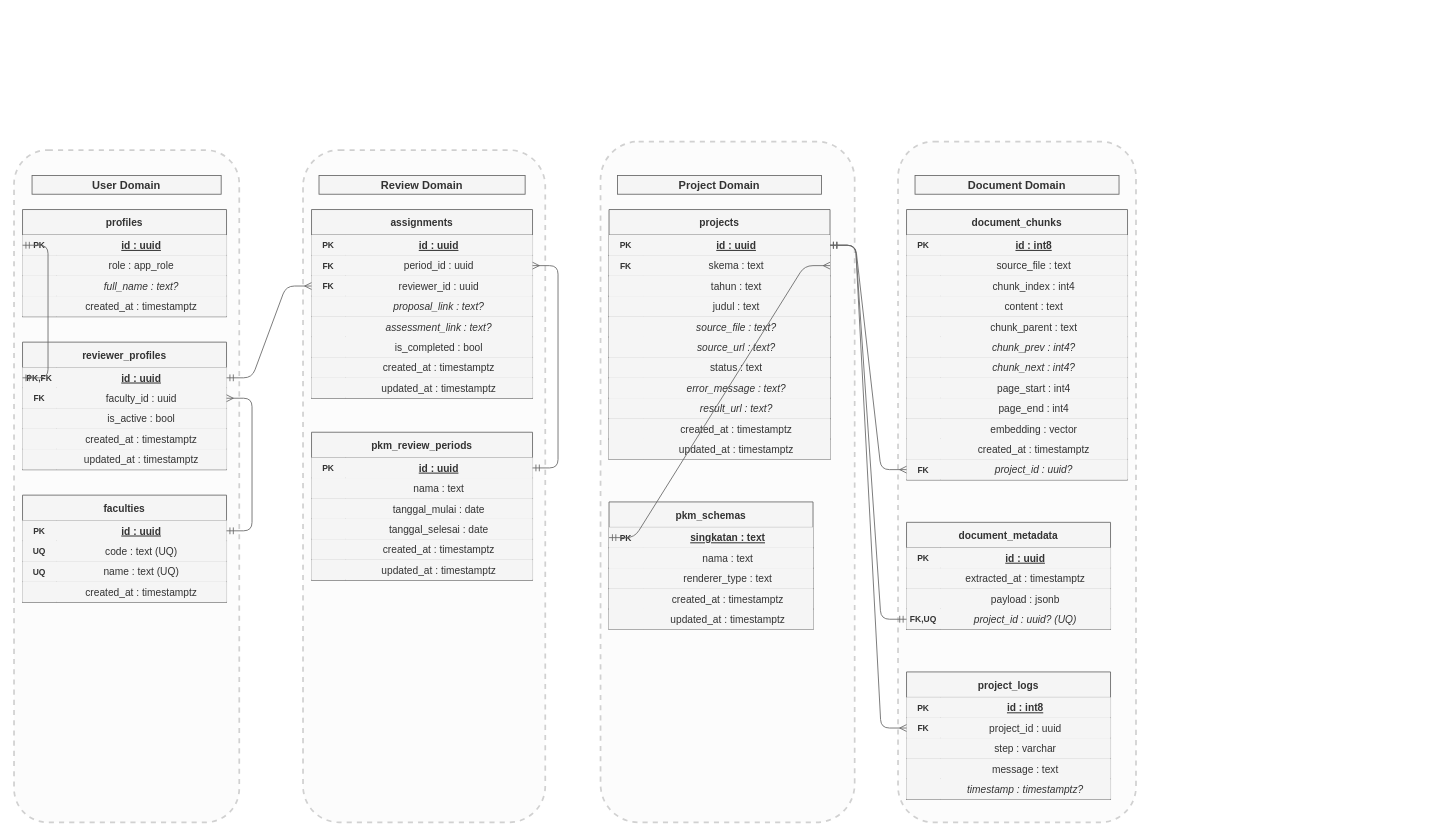
Above: docs/adg_database_schema.drawio in masuden0000/Skripsi_Dummy-Experiments- (draw.io), before the change. Source tidied: cells renumbered, new cells numbered last; positions are measured from the earlier drawing's top-left corner, leaving out a move shared by most shapes. Both pictures are drawn from the tidied source at 85%, with x=0, y=0 at pixel (14, 141).
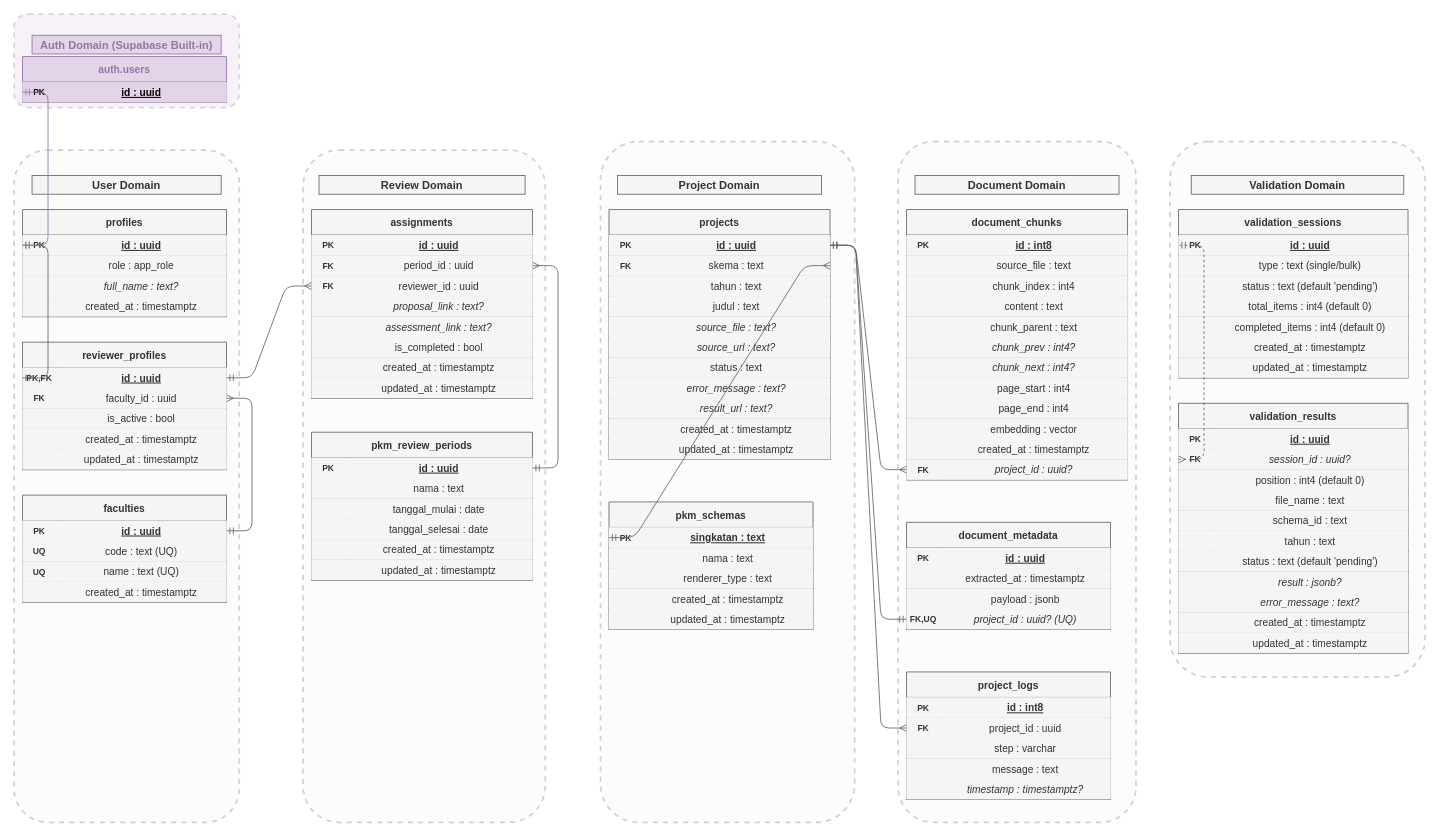
After the change.

Unchanged cells that the change refers to:
```xml
<mxCell id="11" style="shape=tableRow;horizontal=0;startSize=0;swimlaneHead=0;swimlaneBody=0;points=[[0,0.5],[1,0.5]];portConstraint=eastwest;fontSize=12;top=0;left=0;right=0;bottom=1;fillColor=#f5f5f5;strokeColor=#666666;fontColor=#333333;" parent="10" vertex="1">
  <mxGeometry y="30" width="240" height="24" as="geometry" />
</mxCell>
```

What changed in the source:
```diff
@@
+    <mxCell id="220" style="rounded=1;whiteSpace=wrap;html=1;strokeWidth=2;dashed=1;opacity=30;fillColor=#e1d5e7;strokeColor=#9673a6;" parent="1" vertex="1">
+      <mxGeometry y="-150" width="265" height="110" as="geometry" />
+    </mxCell>
+    <mxCell id="221" value="Auth Domain (Supabase Built-in)" style="text;html=0;align=center;verticalAlign=middle;fontStyle=1;fontSize=13;fillColor=#e1d5e7;strokeColor=#9673a6;fontColor=#9673a6;" parent="1" vertex="1">
+      <mxGeometry x="21.2" y="-125" width="222.5" height="22" as="geometry" />
+    </mxCell>
+    <mxCell id="222" value="auth.users" style="shape=table;startSize=30;childLayout=tableLayout;rowLines=0;fontStyle=1;align=center;fillColor=#e1d5e7;strokeColor=#9673a6;fontColor=#9673a6;" parent="1" vertex="1">
+      <mxGeometry x="10" y="-100" width="240" height="54" as="geometry" />
+    </mxCell>
+    <mxCell id="223" style="shape=tableRow;horizontal=0;startSize=0;swimlaneHead=0;swimlaneBody=0;points=[[0,0.5],[1,0.5]];portConstraint=eastwest;fontSize=12;top=0;left=0;right=0;bottom=1;fillColor=#e1d5e7;strokeColor=#9673a6;" parent="222" vertex="1">
+      <mxGeometry y="30" width="240" height="24" as="geometry" />
+    </mxCell>
+    <mxCell id="224" value="PK" style="shape=partialRectangle;top=0;left=0;bottom=0;right=0;fontStyle=1;overflow=hidden;fontSize=10;fillColor=#e1d5e7;strokeColor=#9673a6;" parent="223" vertex="1">
+      <mxGeometry width="40" height="24" as="geometry" />
+    </mxCell>
+    <mxCell id="225" value="id : uuid" style="shape=partialRectangle;top=0;left=0;bottom=0;right=0;overflow=hidden;fontStyle=5;fontSize=12;fillColor=#e1d5e7;strokeColor=#9673a6;" parent="223" vertex="1">
+      <mxGeometry x="40" width="200" height="24" as="geometry" />
+    </mxCell>
+    <mxCell id="226" style="edgeStyle=entityRelationEdgeStyle;endArrow=ERmandOne;startArrow=ERmandOne;exitX=0;exitY=0.5;exitDx=0;exitDy=0;entryX=0;entryY=0.5;entryDx=0;entryDy=0;endFill=0;startFill=0;fontSize=11;fillColor=#e1d5e7;strokeColor=#9673a6;" parent="1" edge="1" source="11" target="223">
+      <mxGeometry relative="1" as="geometry" />
+    </mxCell>
+    <mxCell id="227" style="rounded=1;whiteSpace=wrap;html=1;strokeWidth=2;dashed=1;opacity=30;fillColor=#f5f5f5;strokeColor=#666666;fontColor=#333333;" parent="1" vertex="1">
+      <mxGeometry x="1360" width="300" height="630" as="geometry" />
+    </mxCell>
+    <mxCell id="228" value="Validation Domain" style="text;html=0;align=center;verticalAlign=middle;fontStyle=1;fontSize=13;fillColor=#f5f5f5;strokeColor=#666666;fontColor=#333333;" parent="1" vertex="1">
+      <mxGeometry x="1385" y="40" width="250" height="22" as="geometry" />
+    </mxCell>
+    <mxCell id="229" value="validation_sessions" style="shape=table;startSize=30;childLayout=tableLayout;rowLines=0;fontStyle=1;align=center;fillColor=#f5f5f5;strokeColor=#666666;fontColor=#333333;" parent="1" vertex="1">
+      <mxGeometry x="1370" y="80" width="270" height="198" as="geometry" />
+    </mxCell>
+    <mxCell id="230" style="shape=tableRow;horizontal=0;startSize=0;swimlaneHead=0;swimlaneBody=0;points=[[0,0.5],[1,0.5]];portConstraint=eastwest;fontSize=12;top=0;left=0;right=0;bottom=1;fillColor=#f5f5f5;strokeColor=#666666;fontColor=#333333;" parent="229" vertex="1">
+      <mxGeometry y="30" width="270" height="24" as="geometry" />
+    </mxCell>
+    <mxCell id="231" value="PK" style="shape=partialRectangle;top=0;left=0;bottom=0;right=0;fontStyle=1;overflow=hidden;fontSize=10;fillColor=#f5f5f5;strokeColor=#666666;fontColor=#333333;" parent="230" vertex="1">
+      <mxGeometry width="40" height="24" as="geometry" />
+    </mxCell>
+    <mxCell id="232" value="id : uuid" style="shape=partialRectangle;top=0;left=0;bottom=0;right=0;overflow=hidden;fontStyle=5;fontSize=12;fillColor=#f5f5f5;strokeColor=#666666;fontColor=#333333;" parent="230" vertex="1">
+      <mxGeometry x="40" width="230" height="24" as="geometry" />
+    </mxCell>
+    <mxCell id="233" style="shape=tableRow;horizontal=0;startSize=0;swimlaneHead=0;swimlaneBody=0;fontSize=12;top=0;left=0;right=0;bottom=1;fillColor=#f5f5f5;strokeColor=#666666;fontColor=#333333;" parent="229" vertex="1">
+      <mxGeometry y="54" width="270" height="24" as="geometry" />
+    </mxCell>
+    <mxCell id="234" style="shape=partialRectangle;top=0;left=0;bottom=0;right=0;fontStyle=1;overflow=hidden;fontSize=10;fillColor=#f5f5f5;strokeColor=#666666;fontColor=#333333;" parent="233" vertex="1">
+      <mxGeometry width="40" height="24" as="geometry" />
+    </mxCell>
+    <mxCell id="235" value="type : text (single/bulk)" style="shape=partialRectangle;top=0;left=0;bottom=0;right=0;overflow=hidden;fontStyle=0;fontSize=12;fillColor=#f5f5f5;strokeColor=#666666;fontColor=#333333;" parent="233" vertex="1">
+      <mxGeometry x="40" width="230" height="24" as="geometry" />
+    </mxCell>
+    <mxCell id="236" style="shape=tableRow;horizontal=0;startSize=0;swimlaneHead=0;swimlaneBody=0;fontSize=12;top=0;left=0;right=0;bottom=1;fillColor=#f5f5f5;strokeColor=#666666;fontColor=#333333;" parent="229" vertex="1">
+      <mxGeometry y="78" width="270" height="24" as="geometry" />
+    </mxCell>
+    <mxCell id="237" style="shape=partialRectangle;top=0;left=0;bottom=0;right=0;fontStyle=1;overflow=hidden;fontSize=10;fillColor=#f5f5f5;strokeColor=#666666;fontColor=#333333;" parent="236" vertex="1">
+      <mxGeometry width="40" height="24" as="geometry" />
+    </mxCell>
+    <mxCell id="238" value="status : text (default 'pending')" style="shape=partialRectangle;top=0;left=0;bottom=0;right=0;overflow=hidden;fontStyle=0;fontSize=12;fillColor=#f5f5f5;strokeColor=#666666;fontColor=#333333;" parent="236" vertex="1">
+      <mxGeometry x="40" width="230" height="24" as="geometry" />
+    </mxCell>
+    <mxCell id="239" style="shape=tableRow;horizontal=0;startSize=0;swimlaneHead=0;swimlaneBody=0;fontSize=12;top=0;left=0;right=0;bottom=1;fillColor=#f5f5f5;strokeColor=#666666;fontColor=#333333;" parent="229" vertex="1">
+      <mxGeometry y="102" width="270" height="24" as="geometry" />
+    </mxCell>
+    <mxCell id="240" style="shape=partialRectangle;top=0;left=0;bottom=0;right=0;fontStyle=1;overflow=hidden;fontSize=10;fillColor=#f5f5f5;strokeColor=#666666;fontColor=#333333;" parent="239" vertex="1">
+      <mxGeometry width="40" height="24" as="geometry" />
+    </mxCell>
+    <mxCell id="241" value="total_items : int4 (default 0)" style="shape=partialRectangle;top=0;left=0;bottom=0;right=0;overflow=hidden;fontStyle=0;fontSize=12;fillColor=#f5f5f5;strokeColor=#666666;fontColor=#333333;" parent="239" vertex="1">
+      <mxGeometry x="40" width="230" height="24" as="geometry" />
+    </mxCell>
+    <mxCell id="242" style="shape=tableRow;horizontal=0;startSize=0;swimlaneHead=0;swimlaneBody=0;fontSize=12;top=0;left=0;right=0;bottom=1;fillColor=#f5f5f5;strokeColor=#666666;fontColor=#333333;" parent="229" vertex="1">
+      <mxGeometry y="126" width="270" height="24" as="geometry" />
+    </mxCell>
+    <mxCell id="243" style="shape=partialRectangle;top=0;left=0;bottom=0;right=0;fontStyle=1;overflow=hidden;fontSize=10;fillColor=#f5f5f5;strokeColor=#666666;fontColor=#333333;" parent="242" vertex="1">
+      <mxGeometry width="40" height="24" as="geometry" />
+    </mxCell>
+    <mxCell id="244" value="completed_items : int4 (default 0)" style="shape=partialRectangle;top=0;left=0;bottom=0;right=0;overflow=hidden;fontStyle=0;fontSize=12;fillColor=#f5f5f5;strokeColor=#666666;fontColor=#333333;" parent="242" vertex="1">
+      <mxGeometry x="40" width="230" height="24" as="geometry" />
+    </mxCell>
+    <mxCell id="245" style="shape=tableRow;horizontal=0;startSize=0;swimlaneHead=0;swimlaneBody=0;fontSize=12;top=0;left=0;right=0;bottom=1;fillColor=#f5f5f5;strokeColor=#666666;fontColor=#333333;" parent="229" vertex="1">
+      <mxGeometry y="150" width="270" height="24" as="geometry" />
+    </mxCell>
+    <mxCell id="246" style="shape=partialRectangle;top=0;left=0;bottom=0;right=0;fontStyle=1;overflow=hidden;fontSize=10;fillColor=#f5f5f5;strokeColor=#666666;fontColor=#333333;" parent="245" vertex="1">
+      <mxGeometry width="40" height="24" as="geometry" />
+    </mxCell>
+    <mxCell id="247" value="created_at : timestamptz" style="shape=partialRectangle;top=0;left=0;bottom=0;right=0;overflow=hidden;fontStyle=0;fontSize=12;fillColor=#f5f5f5;strokeColor=#666666;fontColor=#333333;" parent="245" vertex="1">
+      <mxGeometry x="40" width="230" height="24" as="geometry" />
+    </mxCell>
+    <mxCell id="248" style="shape=tableRow;horizontal=0;startSize=0;swimlaneHead=0;swimlaneBody=0;fontSize=12;top=0;left=0;right=0;bottom=1;fillColor=#f5f5f5;strokeColor=#666666;fontColor=#333333;" parent="229" vertex="1">
+      <mxGeometry y="174" width="270" height="24" as="geometry" />
+    </mxCell>
+    <mxCell id="249" style="shape=partialRectangle;top=0;left=0;bottom=0;right=0;fontStyle=1;overflow=hidden;fontSize=10;fillColor=#f5f5f5;strokeColor=#666666;fontColor=#333333;" parent="248" vertex="1">
+      <mxGeometry width="40" height="24" as="geometry" />
+    </mxCell>
+    <mxCell id="250" value="updated_at : timestamptz" style="shape=partialRectangle;top=0;left=0;bottom=0;right=0;overflow=hidden;fontStyle=0;fontSize=12;fillColor=#f5f5f5;strokeColor=#666666;fontColor=#333333;" parent="248" vertex="1">
+      <mxGeometry x="40" width="230" height="24" as="geometry" />
+    </mxCell>
+    <mxCell id="251" value="validation_results" style="shape=table;startSize=30;childLayout=tableLayout;rowLines=0;fontStyle=1;align=center;fillColor=#f5f5f5;strokeColor=#666666;fontColor=#333333;" parent="1" vertex="1">
+      <mxGeometry x="1370" y="308" width="270" height="294" as="geometry" />
+    </mxCell>
+    <mxCell id="252" style="shape=tableRow;horizontal=0;startSize=0;swimlaneHead=0;swimlaneBody=0;fontSize=12;top=0;left=0;right=0;bottom=1;fillColor=#f5f5f5;strokeColor=#666666;fontColor=#333333;" parent="251" vertex="1">
+      <mxGeometry y="30" width="270" height="24" as="geometry" />
+    </mxCell>
+    <mxCell id="253" value="PK" style="shape=partialRectangle;top=0;left=0;bottom=0;right=0;fontStyle=1;overflow=hidden;fontSize=10;fillColor=#f5f5f5;strokeColor=#666666;fontColor=#333333;" parent="252" vertex="1">
+      <mxGeometry width="40" height="24" as="geometry" />
+    </mxCell>
+    <mxCell id="254" value="id : uuid" style="shape=partialRectangle;top=0;left=0;bottom=0;right=0;overflow=hidden;fontStyle=5;fontSize=12;fillColor=#f5f5f5;strokeColor=#666666;fontColor=#333333;" parent="252" vertex="1">
+      <mxGeometry x="40" width="230" height="24" as="geometry" />
+    </mxCell>
+    <mxCell id="255" style="shape=tableRow;horizontal=0;startSize=0;swimlaneHead=0;swimlaneBody=0;points=[[0,0.5],[1,0.5]];portConstraint=eastwest;fontSize=12;top=0;left=0;right=0;bottom=1;fillColor=#f5f5f5;strokeColor=#666666;fontColor=#333333;" parent="251" vertex="1">
+      <mxGeometry y="54" width="270" height="24" as="geometry" />
+    </mxCell>
+    <mxCell id="256" value="FK" style="shape=partialRectangle;top=0;left=0;bottom=0;right=0;fontStyle=1;overflow=hidden;fontSize=10;fillColor=#f5f5f5;strokeColor=#666666;fontColor=#333333;" parent="255" vertex="1">
+      <mxGeometry width="40" height="24" as="geometry" />
+    </mxCell>
+    <mxCell id="257" value="session_id : uuid?" style="shape=partialRectangle;top=0;left=0;bottom=0;right=0;overflow=hidden;fontStyle=2;fontSize=12;fillColor=#f5f5f5;strokeColor=#666666;fontColor=#333333;" parent="255" vertex="1">
+      <mxGeometry x="40" width="230" height="24" as="geometry" />
+    </mxCell>
+    <mxCell id="258" style="shape=tableRow;horizontal=0;startSize=0;swimlaneHead=0;swimlaneBody=0;fontSize=12;top=0;left=0;right=0;bottom=1;fillColor=#f5f5f5;strokeColor=#666666;fontColor=#333333;" parent="251" vertex="1">
+      <mxGeometry y="78" width="270" height="24" as="geometry" />
+    </mxCell>
+    <mxCell id="259" style="shape=partialRectangle;top=0;left=0;bottom=0;right=0;fontStyle=1;overflow=hidden;fontSize=10;fillColor=#f5f5f5;strokeColor=#666666;fontColor=#333333;" parent="258" vertex="1">
+      <mxGeometry width="40" height="24" as="geometry" />
+    </mxCell>
+    <mxCell id="260" value="position : int4 (default 0)" style="shape=partialRectangle;top=0;left=0;bottom=0;right=0;overflow=hidden;fontStyle=0;fontSize=12;fillColor=#f5f5f5;strokeColor=#666666;fontColor=#333333;" parent="258" vertex="1">
+      <mxGeometry x="40" width="230" height="24" as="geometry" />
+    </mxCell>
+    <mxCell id="261" style="shape=tableRow;horizontal=0;startSize=0;swimlaneHead=0;swimlaneBody=0;fontSize=12;top=0;left=0;right=0;bottom=1;fillColor=#f5f5f5;strokeColor=#666666;fontColor=#333333;" parent="251" vertex="1">
+      <mxGeometry y="102" width="270" height="24" as="geometry" />
+    </mxCell>
+    <mxCell id="262" style="shape=partialRectangle;top=0;left=0;bottom=0;right=0;fontStyle=1;overflow=hidden;fontSize=10;fillColor=#f5f5f5;strokeColor=#666666;fontColor=#333333;" parent="261" vertex="1">
+      <mxGeometry width="40" height="24" as="geometry" />
+    </mxCell>
+    <mxCell id="263" value="file_name : text" style="shape=partialRectangle;top=0;left=0;bottom=0;right=0;overflow=hidden;fontStyle=0;fontSize=12;fillColor=#f5f5f5;strokeColor=#666666;fontColor=#333333;" parent="261" vertex="1">
+      <mxGeometry x="40" width="230" height="24" as="geometry" />
+    </mxCell>
+    <mxCell id="264" style="shape=tableRow;horizontal=0;startSize=0;swimlaneHead=0;swimlaneBody=0;fontSize=12;top=0;left=0;right=0;bottom=1;fillColor=#f5f5f5;strokeColor=#666666;fontColor=#333333;" parent="251" vertex="1">
+      <mxGeometry y="126" width="270" height="24" as="geometry" />
+    </mxCell>
+    <mxCell id="265" style="shape=partialRectangle;top=0;left=0;bottom=0;right=0;fontStyle=1;overflow=hidden;fontSize=10;fillColor=#f5f5f5;strokeColor=#666666;fontColor=#333333;" parent="264" vertex="1">
+      <mxGeometry width="40" height="24" as="geometry" />
+    </mxCell>
+    <mxCell id="266" value="schema_id : text" style="shape=partialRectangle;top=0;left=0;bottom=0;right=0;overflow=hidden;fontStyle=0;fontSize=12;fillColor=#f5f5f5;strokeColor=#666666;fontColor=#333333;" parent="264" vertex="1">
+      <mxGeometry x="40" width="230" height="24" as="geometry" />
+    </mxCell>
+    <mxCell id="267" style="shape=tableRow;horizontal=0;startSize=0;swimlaneHead=0;swimlaneBody=0;fontSize=12;top=0;left=0;right=0;bottom=1;fillColor=#f5f5f5;strokeColor=#666666;fontColor=#333333;" parent="251" vertex="1">
+      <mxGeometry y="150" width="270" height="24" as="geometry" />
+    </mxCell>
+    <mxCell id="268" style="shape=partialRectangle;top=0;left=0;bottom=0;right=0;fontStyle=1;overflow=hidden;fontSize=10;fillColor=#f5f5f5;strokeColor=#666666;fontColor=#333333;" parent="267" vertex="1">
+      <mxGeometry width="40" height="24" as="geometry" />
+    </mxCell>
+    <mxCell id="269" value="tahun : text" style="shape=partialRectangle;top=0;left=0;bottom=0;right=0;overflow=hidden;fontStyle=0;fontSize=12;fillColor=#f5f5f5;strokeColor=#666666;fontColor=#333333;" parent="267" vertex="1">
+      <mxGeometry x="40" width="230" height="24" as="geometry" />
+    </mxCell>
+    <mxCell id="270" style="shape=tableRow;horizontal=0;startSize=0;swimlaneHead=0;swimlaneBody=0;fontSize=12;top=0;left=0;right=0;bottom=1;fillColor=#f5f5f5;strokeColor=#666666;fontColor=#333333;" parent="251" vertex="1">
+      <mxGeometry y="174" width="270" height="24" as="geometry" />
+    </mxCell>
+    <mxCell id="271" style="shape=partialRectangle;top=0;left=0;bottom=0;right=0;fontStyle=1;overflow=hidden;fontSize=10;fillColor=#f5f5f5;strokeColor=#666666;fontColor=#333333;" parent="270" vertex="1">
+      <mxGeometry width="40" height="24" as="geometry" />
+    </mxCell>
+    <mxCell id="272" value="status : text (default 'pending')" style="shape=partialRectangle;top=0;left=0;bottom=0;right=0;overflow=hidden;fontStyle=0;fontSize=12;fillColor=#f5f5f5;strokeColor=#666666;fontColor=#333333;" parent="270" vertex="1">
+      <mxGeometry x="40" width="230" height="24" as="geometry" />
+    </mxCell>
+    <mxCell id="273" style="shape=tableRow;horizontal=0;startSize=0;swimlaneHead=0;swimlaneBody=0;fontSize=12;top=0;left=0;right=0;bottom=1;fillColor=#f5f5f5;strokeColor=#666666;fontColor=#333333;" parent="251" vertex="1">
+      <mxGeometry y="198" width="270" height="24" as="geometry" />
+    </mxCell>
+    <mxCell id="274" style="shape=partialRectangle;top=0;left=0;bottom=0;right=0;fontStyle=1;overflow=hidden;fontSize=10;fillColor=#f5f5f5;strokeColor=#666666;fontColor=#333333;" parent="273" vertex="1">
+      <mxGeometry width="40" height="24" as="geometry" />
+    </mxCell>
+    <mxCell id="275" value="result : jsonb?" style="shape=partialRectangle;top=0;left=0;bottom=0;right=0;overflow=hidden;fontStyle=2;fontSize=12;fillColor=#f5f5f5;strokeColor=#666666;fontColor=#333333;" parent="273" vertex="1">
+      <mxGeometry x="40" width="230" height="24" as="geometry" />
+    </mxCell>
+    <mxCell id="276" style="shape=tableRow;horizontal=0;startSize=0;swimlaneHead=0;swimlaneBody=0;fontSize=12;top=0;left=0;right=0;bottom=1;fillColor=#f5f5f5;strokeColor=#666666;fontColor=#333333;" parent="251" vertex="1">
+      <mxGeometry y="222" width="270" height="24" as="geometry" />
+    </mxCell>
+    <mxCell id="277" style="shape=partialRectangle;top=0;left=0;bottom=0;right=0;fontStyle=1;overflow=hidden;fontSize=10;fillColor=#f5f5f5;strokeColor=#666666;fontColor=#333333;" parent="276" vertex="1">
+      <mxGeometry width="40" height="24" as="geometry" />
+    </mxCell>
+    <mxCell id="278" value="error_message : text?" style="shape=partialRectangle;top=0;left=0;bottom=0;right=0;overflow=hidden;fontStyle=2;fontSize=12;fillColor=#f5f5f5;strokeColor=#666666;fontColor=#333333;" parent="276" vertex="1">
+      <mxGeometry x="40" width="230" height="24" as="geometry" />
+    </mxCell>
+    <mxCell id="279" style="shape=tableRow;horizontal=0;startSize=0;swimlaneHead=0;swimlaneBody=0;fontSize=12;top=0;left=0;right=0;bottom=1;fillColor=#f5f5f5;strokeColor=#666666;fontColor=#333333;" parent="251" vertex="1">
+      <mxGeometry y="246" width="270" height="24" as="geometry" />
+    </mxCell>
+    <mxCell id="280" style="shape=partialRectangle;top=0;left=0;bottom=0;right=0;fontStyle=1;overflow=hidden;fontSize=10;fillColor=#f5f5f5;strokeColor=#666666;fontColor=#333333;" parent="279" vertex="1">
+      <mxGeometry width="40" height="24" as="geometry" />
+    </mxCell>
+    <mxCell id="281" value="created_at : timestamptz" style="shape=partialRectangle;top=0;left=0;bottom=0;right=0;overflow=hidden;fontStyle=0;fontSize=12;fillColor=#f5f5f5;strokeColor=#666666;fontColor=#333333;" parent="279" vertex="1">
+      <mxGeometry x="40" width="230" height="24" as="geometry" />
+    </mxCell>
+    <mxCell id="282" style="shape=tableRow;horizontal=0;startSize=0;swimlaneHead=0;swimlaneBody=0;fontSize=12;top=0;left=0;right=0;bottom=1;fillColor=#f5f5f5;strokeColor=#666666;fontColor=#333333;" parent="251" vertex="1">
+      <mxGeometry y="270" width="270" height="24" as="geometry" />
+    </mxCell>
+    <mxCell id="283" style="shape=partialRectangle;top=0;left=0;bottom=0;right=0;fontStyle=1;overflow=hidden;fontSize=10;fillColor=#f5f5f5;strokeColor=#666666;fontColor=#333333;" parent="282" vertex="1">
+      <mxGeometry width="40" height="24" as="geometry" />
+    </mxCell>
+    <mxCell id="284" value="updated_at : timestamptz" style="shape=partialRectangle;top=0;left=0;bottom=0;right=0;overflow=hidden;fontStyle=0;fontSize=12;fillColor=#f5f5f5;strokeColor=#666666;fontColor=#333333;" parent="282" vertex="1">
+      <mxGeometry x="40" width="230" height="24" as="geometry" />
+    </mxCell>
+    <mxCell id="285" style="edgeStyle=entityRelationEdgeStyle;endArrow=ERmandOne;startArrow=ERmany;exitX=0;exitY=0.5;exitDx=0;exitDy=0;entryX=0;entryY=0.5;entryDx=0;entryDy=0;endFill=0;startFill=0;fontSize=11;fillColor=#f5f5f5;strokeColor=#666666;dashed=1;" parent="1" edge="1" source="255" target="230">
+      <mxGeometry relative="1" as="geometry" />
+    </mxCell>
```
